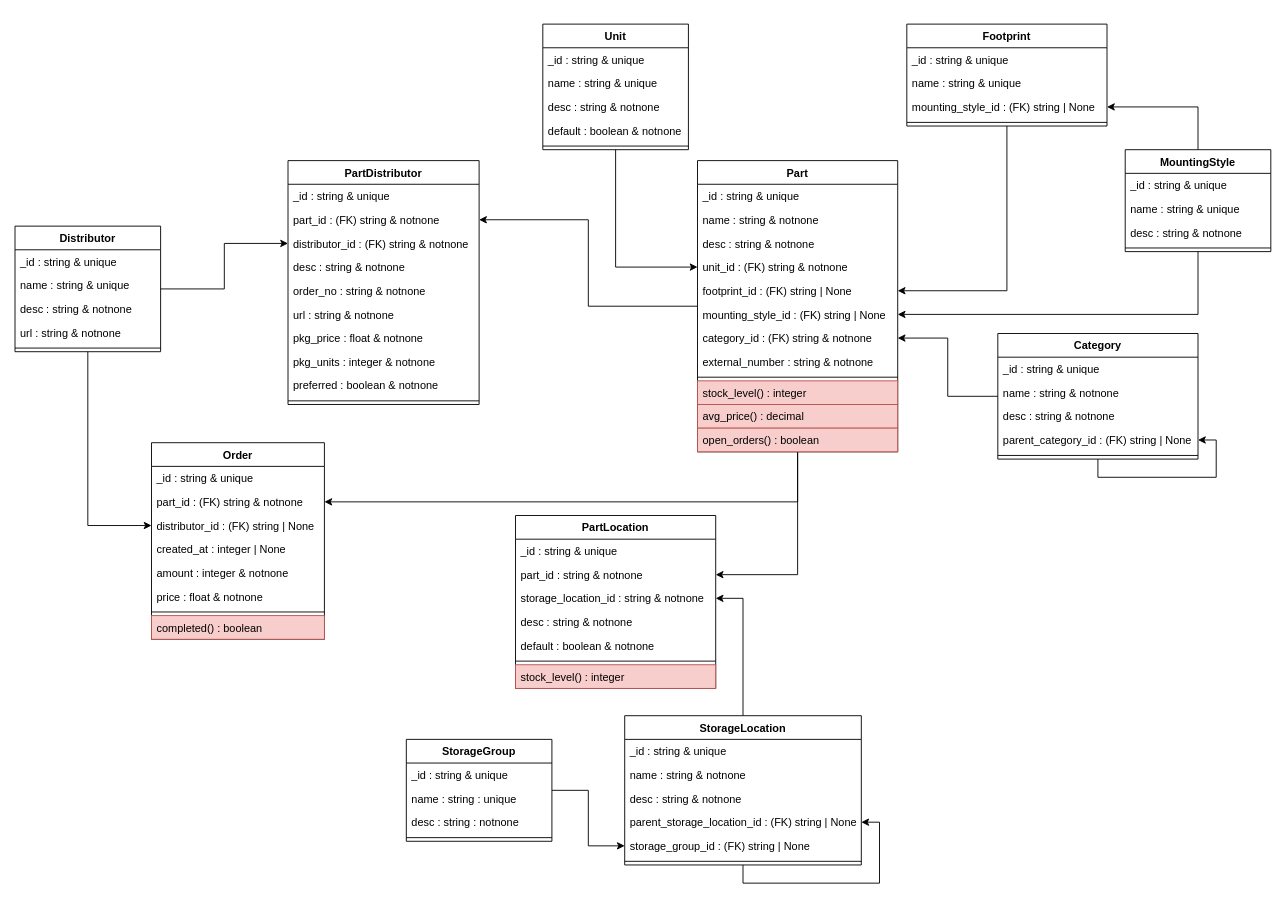
The draw.io diagram docs/elements-classes.drawio in nils-ost/Inventory4Parts, before the edit. Source tidied: cells renumbered, new cells numbered last; positions are measured from the earlier drawing's top-left corner, leaving out a move shared by most shapes. Both pictures are drawn from the tidied source at 91%, with x=0, y=0 at pixel (15, 24).
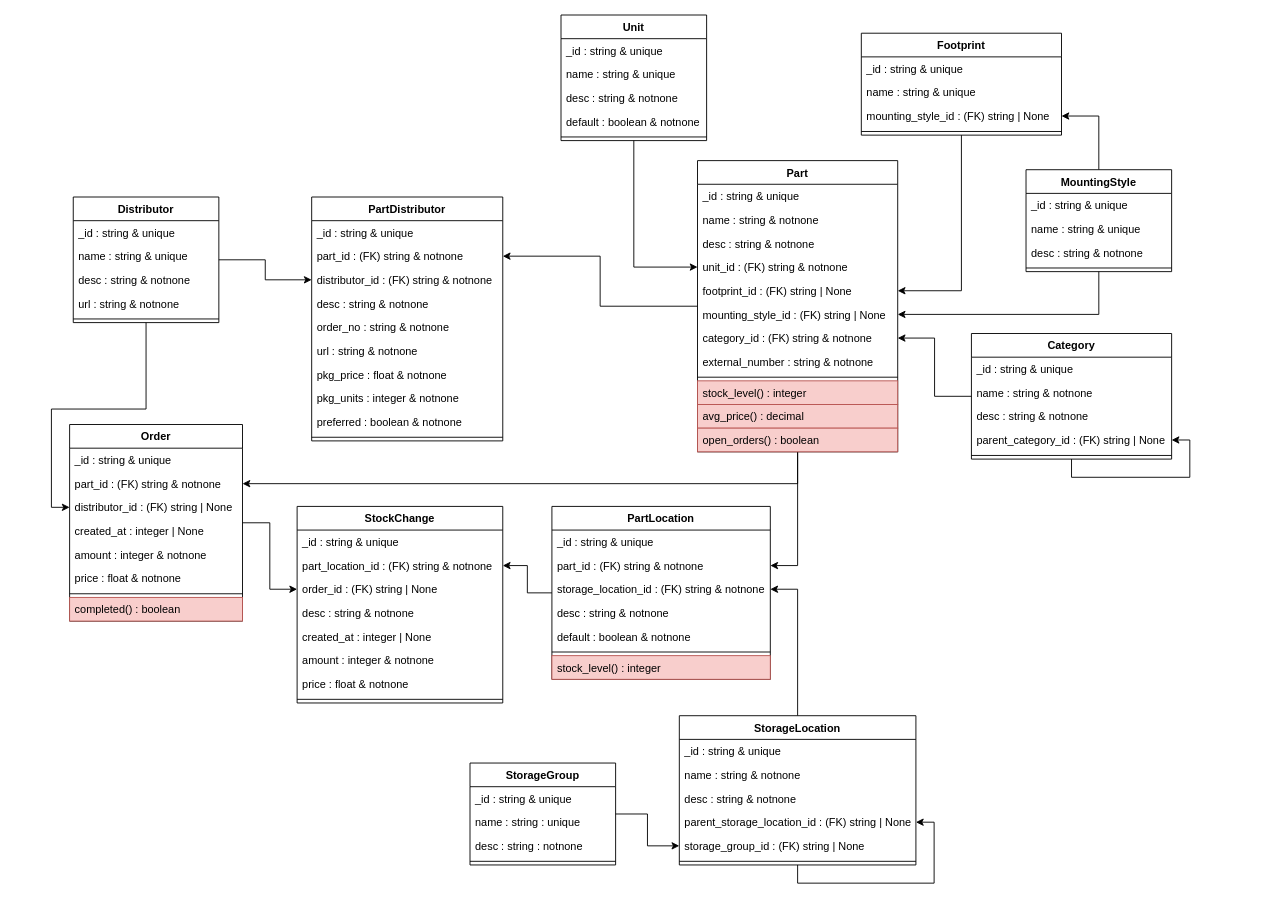
The same page after the edit.

Change to the diagram source:
```diff
@@
     <mxCell id="4" value="MountingStyle" style="swimlane;fontStyle=1;align=center;verticalAlign=top;horizontal=1;startSize=26;" parent="1" vertex="1">
-      <mxGeometry x="1220" y="138" width="160" height="112" as="geometry" />
+      <mxGeometry x="1111" y="160" width="160" height="112" as="geometry" />
     </mxCell>
@@
     <mxCell id="10" value="Footprint" style="swimlane;fontStyle=1;align=center;verticalAlign=top;horizontal=1;startSize=26;" parent="1" vertex="1">
-      <mxGeometry x="980" width="220" height="112" as="geometry" />
+      <mxGeometry x="930" y="10" width="220" height="112" as="geometry" />
     </mxCell>
@@
     <mxCell id="16" value="Category" style="swimlane;fontStyle=1;align=center;verticalAlign=top;horizontal=1;startSize=26;" parent="1" vertex="1">
-      <mxGeometry x="1080" y="340" width="220" height="138" as="geometry" />
+      <mxGeometry x="1051" y="340" width="220" height="138" as="geometry" />
     </mxCell>
@@
     <mxCell id="24" value="Unit" style="swimlane;fontStyle=1;align=center;verticalAlign=top;horizontal=1;startSize=26;" parent="1" vertex="1">
-      <mxGeometry x="580" width="160" height="138" as="geometry" />
+      <mxGeometry x="600" y="-10" width="160" height="138" as="geometry" />
     </mxCell>
@@
     <mxCell id="48" value="Distributor" style="swimlane;fontStyle=1;align=center;verticalAlign=top;horizontal=1;startSize=26;" parent="1" vertex="1">
-      <mxGeometry y="222" width="160" height="138" as="geometry" />
+      <mxGeometry x="64" y="190" width="160" height="138" as="geometry" />
     </mxCell>
@@
     <mxCell id="54" value="PartDistributor" style="swimlane;fontStyle=1;align=center;verticalAlign=top;horizontal=1;startSize=26;" parent="1" vertex="1">
-      <mxGeometry x="300" y="150" width="210" height="268" as="geometry" />
+      <mxGeometry x="326" y="190" width="210" height="268" as="geometry" />
     </mxCell>
@@
     <mxCell id="66" value="StorageGroup" style="swimlane;fontStyle=1;align=center;verticalAlign=top;horizontal=1;startSize=26;" parent="1" vertex="1">
-      <mxGeometry x="430" y="786" width="160" height="112" as="geometry" />
+      <mxGeometry x="500" y="812" width="160" height="112" as="geometry" />
     </mxCell>
@@
     <mxCell id="72" value="StorageLocation" style="swimlane;fontStyle=1;align=center;verticalAlign=top;horizontal=1;startSize=26;" parent="1" vertex="1">
-      <mxGeometry x="670" y="760" width="260" height="164" as="geometry" />
+      <mxGeometry x="730" y="760" width="260" height="164" as="geometry" />
     </mxCell>
@@
+    <mxCell id="97" style="edgeStyle=orthogonalEdgeStyle;rounded=0;jettySize=auto;html=1;" parent="1" edge="1" source="80" target="102">
+      <mxGeometry relative="1" as="geometry" />
+    </mxCell>
     <mxCell id="80" value="Order" style="swimlane;fontStyle=1;align=center;verticalAlign=top;horizontal=1;startSize=26;" parent="1" vertex="1">
-      <mxGeometry x="150" y="460" width="190" height="216" as="geometry" />
+      <mxGeometry x="60" y="440" width="190" height="216" as="geometry" />
     </mxCell>
@@
+    <mxCell id="98" style="edgeStyle=orthogonalEdgeStyle;rounded=0;jettySize=auto;html=1;" parent="1" edge="1" source="89" target="101">
+      <mxGeometry relative="1" as="geometry" />
+    </mxCell>
     <mxCell id="89" value="PartLocation" style="swimlane;fontStyle=1;align=center;verticalAlign=top;horizontal=1;startSize=26;" parent="1" vertex="1">
-      <mxGeometry x="550" y="540" width="220" height="190" as="geometry" />
+      <mxGeometry x="590" y="530" width="240" height="190" as="geometry" />
     </mxCell>
     <mxCell id="90" value="_id : string &amp; unique" style="text;strokeColor=none;fillColor=none;align=left;verticalAlign=top;spacingLeft=4;spacingRight=4;overflow=hidden;" parent="89" vertex="1">
-      <mxGeometry y="26" width="220" height="26" as="geometry" />
+      <mxGeometry y="26" width="240" height="26" as="geometry" />
     </mxCell>
-    <mxCell id="91" value="part_id : string &amp; notnone" style="text;strokeColor=none;fillColor=none;align=left;verticalAlign=top;spacingLeft=4;spacingRight=4;overflow=hidden;points=[[0,0.5],[1,0.5]];portConstraint=eastwest;" parent="89" vertex="1">
-      <mxGeometry y="52" width="220" height="26" as="geometry" />
+    <mxCell id="91" value="part_id : (FK) string &amp; notnone" style="text;strokeColor=none;fillColor=none;align=left;verticalAlign=top;spacingLeft=4;spacingRight=4;overflow=hidden;points=[[0,0.5],[1,0.5]];portConstraint=eastwest;" parent="89" vertex="1">
+      <mxGeometry y="52" width="240" height="26" as="geometry" />
     </mxCell>
-    <mxCell id="92" value="storage_location_id : string &amp; notnone" style="text;strokeColor=none;fillColor=none;align=left;verticalAlign=top;spacingLeft=4;spacingRight=4;overflow=hidden;points=[[0,0.5],[1,0.5]];portConstraint=eastwest;" parent="89" vertex="1">
-      <mxGeometry y="78" width="220" height="26" as="geometry" />
+    <mxCell id="92" value="storage_location_id : (FK) string &amp; notnone" style="text;strokeColor=none;fillColor=none;align=left;verticalAlign=top;spacingLeft=4;spacingRight=4;overflow=hidden;points=[[0,0.5],[1,0.5]];portConstraint=eastwest;" parent="89" vertex="1">
+      <mxGeometry y="78" width="240" height="26" as="geometry" />
     </mxCell>
     <mxCell id="93" value="desc : string &amp; notnone" style="text;strokeColor=none;fillColor=none;align=left;verticalAlign=top;spacingLeft=4;spacingRight=4;overflow=hidden;" parent="89" vertex="1">
-      <mxGeometry y="104" width="220" height="26" as="geometry" />
+      <mxGeometry y="104" width="240" height="26" as="geometry" />
     </mxCell>
     <mxCell id="94" value="default : boolean &amp; notnone" style="text;strokeColor=none;fillColor=none;align=left;verticalAlign=top;spacingLeft=4;spacingRight=4;overflow=hidden;" parent="89" vertex="1">
-      <mxGeometry y="130" width="220" height="26" as="geometry" />
+      <mxGeometry y="130" width="240" height="26" as="geometry" />
     </mxCell>
     <mxCell id="95" style="line;strokeWidth=1;fillColor=none;align=left;verticalAlign=middle;spacingTop=-1;spacingLeft=3;spacingRight=3;labelPosition=right;" parent="89" vertex="1">
-      <mxGeometry y="156" width="220" height="8" as="geometry" />
+      <mxGeometry y="156" width="240" height="8" as="geometry" />
     </mxCell>
     <mxCell id="96" value="stock_level() : integer" style="text;strokeColor=#b85450;fillColor=#f8cecc;align=left;verticalAlign=top;spacingLeft=4;spacingRight=4;overflow=hidden;" parent="89" vertex="1">
-      <mxGeometry y="164" width="220" height="26" as="geometry" />
+      <mxGeometry y="164" width="240" height="26" as="geometry" />
     </mxCell>
+    <mxCell id="99" value="StockChange" style="swimlane;fontStyle=1;align=center;verticalAlign=top;horizontal=1;startSize=26;" parent="1" vertex="1">
+      <mxGeometry x="310" y="530" width="226" height="216" as="geometry" />
+    </mxCell>
+    <mxCell id="100" value="_id : string &amp; unique" style="text;strokeColor=none;fillColor=none;align=left;verticalAlign=top;spacingLeft=4;spacingRight=4;overflow=hidden;" parent="99" vertex="1">
+      <mxGeometry y="26" width="226" height="26" as="geometry" />
+    </mxCell>
+    <mxCell id="101" value="part_location_id : (FK) string &amp; notnone" style="text;strokeColor=none;fillColor=none;align=left;verticalAlign=top;spacingLeft=4;spacingRight=4;overflow=hidden;points=[[0,0.5],[1,0.5]];portConstraint=eastwest;" parent="99" vertex="1">
+      <mxGeometry y="52" width="226" height="26" as="geometry" />
+    </mxCell>
+    <mxCell id="102" value="order_id : (FK) string | None" style="text;strokeColor=none;fillColor=none;align=left;verticalAlign=top;spacingLeft=4;spacingRight=4;overflow=hidden;points=[[0,0.5],[1,0.5]];portConstraint=eastwest;" parent="99" vertex="1">
+      <mxGeometry y="78" width="226" height="26" as="geometry" />
+    </mxCell>
+    <mxCell id="103" value="desc : string &amp; notnone" style="text;strokeColor=none;fillColor=none;align=left;verticalAlign=top;spacingLeft=4;spacingRight=4;overflow=hidden;" parent="99" vertex="1">
+      <mxGeometry y="104" width="226" height="26" as="geometry" />
+    </mxCell>
+    <mxCell id="104" value="created_at : integer | None" style="text;strokeColor=none;fillColor=none;align=left;verticalAlign=top;spacingLeft=4;spacingRight=4;overflow=hidden;" parent="99" vertex="1">
+      <mxGeometry y="130" width="226" height="26" as="geometry" />
+    </mxCell>
+    <mxCell id="105" value="amount : integer &amp; notnone" style="text;strokeColor=none;fillColor=none;align=left;verticalAlign=top;spacingLeft=4;spacingRight=4;overflow=hidden;" parent="99" vertex="1">
+      <mxGeometry y="156" width="226" height="26" as="geometry" />
+    </mxCell>
+    <mxCell id="106" value="price : float &amp; notnone" style="text;strokeColor=none;fillColor=none;align=left;verticalAlign=top;spacingLeft=4;spacingRight=4;overflow=hidden;" parent="99" vertex="1">
+      <mxGeometry y="182" width="226" height="26" as="geometry" />
+    </mxCell>
+    <mxCell id="107" style="line;strokeWidth=1;fillColor=none;align=left;verticalAlign=middle;spacingTop=-1;spacingLeft=3;spacingRight=3;labelPosition=right;" parent="99" vertex="1">
+      <mxGeometry y="208" width="226" height="8" as="geometry" />
+    </mxCell>
```
